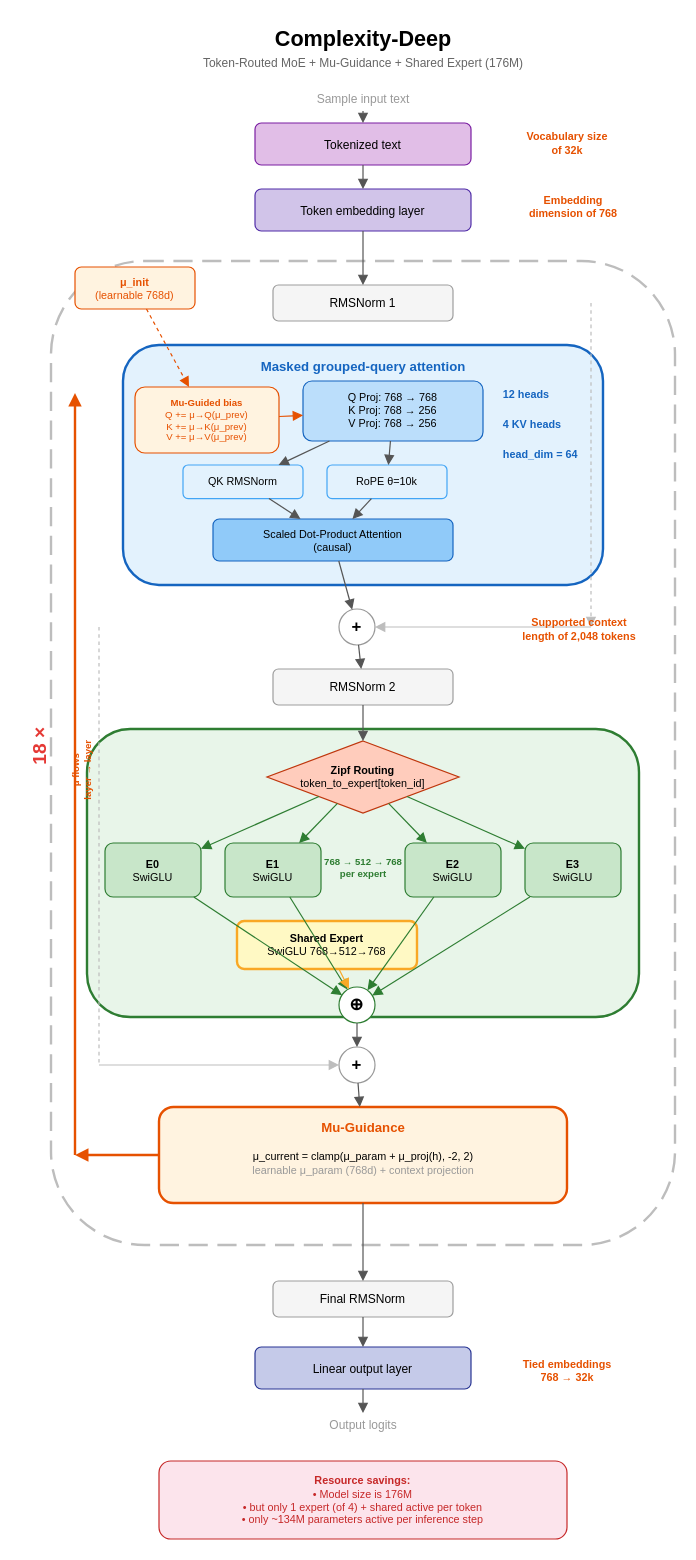
The draw.io diagram docs/architecture_complexity_deep.drawio in Complexity-ML/complexity-framework, before the edit. Source tidied: cells renumbered, new cells numbered last; positions are measured from the earlier drawing's top-left corner, leaving out a move shared by most shapes. Both pictures are drawn from the tidied source at 120%, with x=0, y=0 at pixel (8, 20).
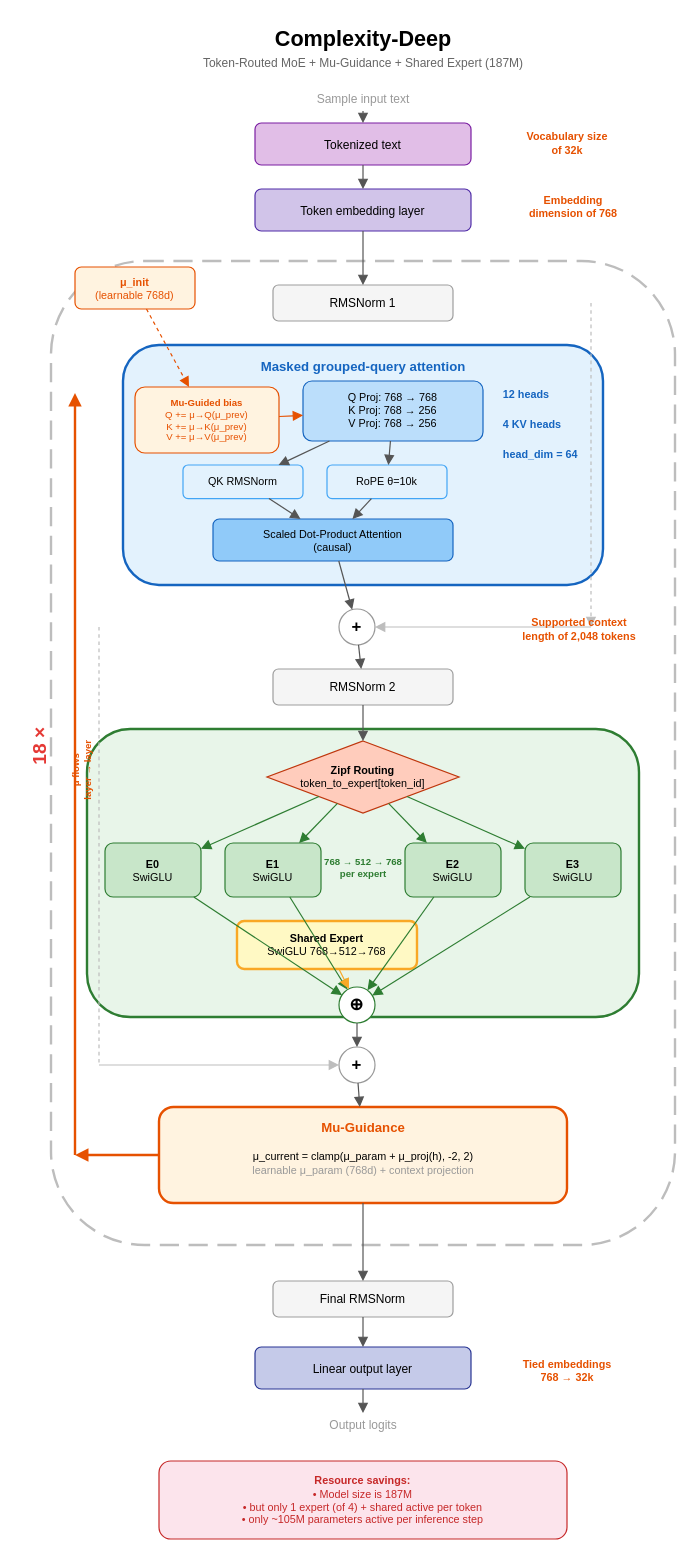
The same diagram, later.

Commit message (it also covers changes not shown here):
Fix architecture diagram: 176M → 187M, ~134M → ~105M active

Renamed figure to complexity_deep_architecture.png.

What changed in the source:
```diff
@@
-    <mxCell id="3" value="Token-Routed MoE + Mu-Guidance + Shared Expert (176M)" style="text;html=1;align=center;verticalAlign=middle;fontColor=#666666;fontSize=10;" parent="1" vertex="1">
+    <mxCell id="3" value="Token-Routed MoE + Mu-Guidance + Shared Expert (187M)" style="text;html=1;align=center;verticalAlign=middle;fontColor=#666666;fontSize=10;" parent="1" vertex="1">
       <mxGeometry x="115" y="25" width="360" height="20" as="geometry" />
     </mxCell>
@@
-    <mxCell id="75" value="&lt;b&gt;&lt;font color=&quot;#C62828&quot;&gt;Resource savings:&lt;/font&gt;&lt;/b&gt;&lt;br&gt;&lt;font color=&quot;#C62828&quot; style=&quot;font-size: 9px&quot;&gt;• Model size is 176M&lt;br&gt;• but only 1 expert (of 4) + shared active per token&lt;br&gt;• only ~134M parameters active per inference step&lt;/font&gt;" style="rounded=1;whiteSpace=wrap;html=1;fillColor=#FCE4EC;strokeColor=#C62828;fontSize=9;" parent="1" vertex="1">
+    <mxCell id="75" value="&lt;b&gt;&lt;font color=&quot;#C62828&quot;&gt;Resource savings:&lt;/font&gt;&lt;/b&gt;&lt;br&gt;&lt;font color=&quot;#C62828&quot; style=&quot;font-size: 9px&quot;&gt;• Model size is 187M&lt;br&gt;• but only 1 expert (of 4) + shared active per token&lt;br&gt;• only ~105M parameters active per inference step&lt;/font&gt;" style="rounded=1;whiteSpace=wrap;html=1;fillColor=#FCE4EC;strokeColor=#C62828;fontSize=9;" parent="1" vertex="1">
       <mxGeometry x="125" y="1200" width="340" height="65" as="geometry" />
     </mxCell>
```
